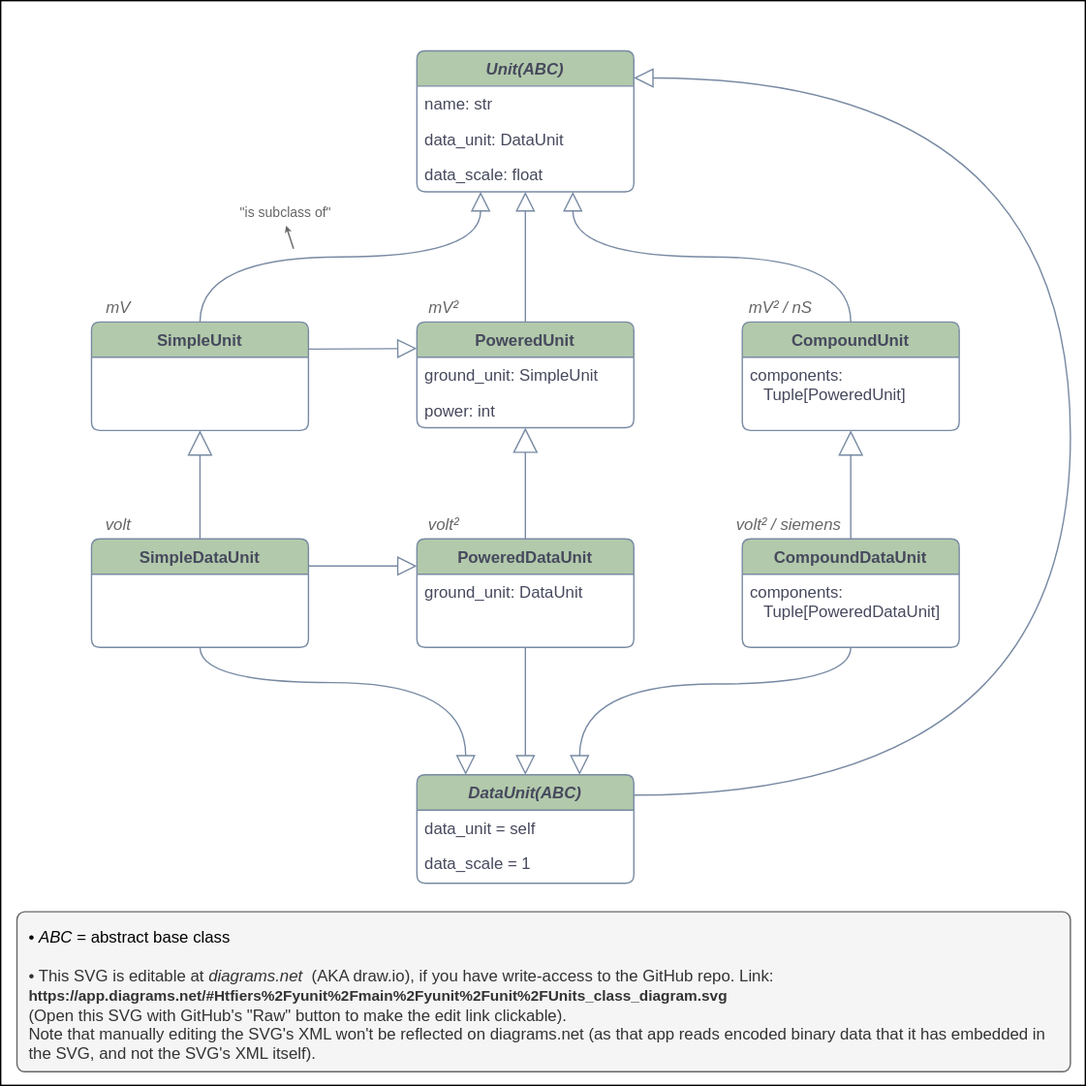
tfiers/unitlib keeps this draw.io diagram as yunit/unit/Units_class_diagram.svg. Above is the earlier version. Source tidied: cells renumbered, new cells last; positions are measured from the earlier drawing's top-left corner, leaving out a move shared by most shapes.
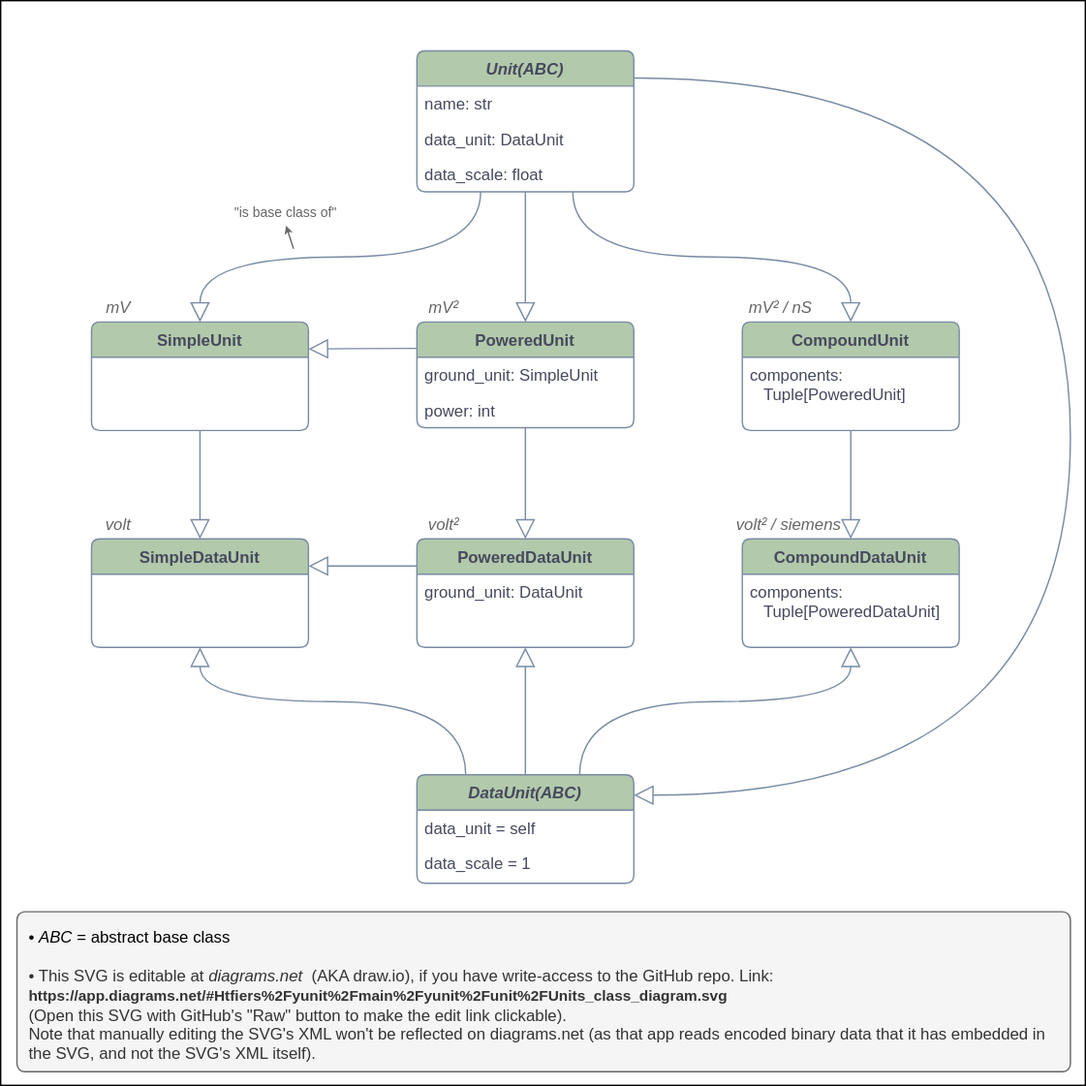
Later version of the same file.

Commit message:
📚DOC class diagram: parent → child

What changed in the source:
```diff
@@ -5,58 +5,58 @@
     <mxCell id="2" style="rounded=0;whiteSpace=wrap;html=1;fontSize=12;align=left;" parent="1" vertex="1">
       <mxGeometry width="800" height="800" as="geometry" />
     </mxCell>
-    <mxCell id="3" style="endArrow=block;endSize=16;endFill=0;html=1;strokeColor=#788AA3;fontColor=#46495D;curved=1;" parent="1" edge="1" source="30" target="20">
+    <mxCell id="3" style="endArrow=block;endSize=12;endFill=0;html=1;strokeColor=#788AA3;fontColor=#46495D;curved=1;" parent="1" edge="1" source="20" target="30">
       <mxGeometry relative="1" as="geometry" />
     </mxCell>
-    <mxCell id="4" style="endArrow=block;endFill=0;endSize=12;html=1;strokeColor=#788AA3;fontColor=#46495D;edgeStyle=orthogonalEdgeStyle;curved=1;exitX=0.5;exitY=0;exitDx=0;exitDy=0;" parent="1" edge="1" source="20" target="21">
+    <mxCell id="4" style="endArrow=block;endFill=0;endSize=12;html=1;strokeColor=#788AA3;fontColor=#46495D;edgeStyle=orthogonalEdgeStyle;curved=1;entryX=0.5;entryY=0;entryDx=0;entryDy=0;" parent="1" edge="1" source="21" target="20">
       <mxGeometry relative="1" as="geometry">
         <Array as="points">
+          <mxPoint x="354" y="189" />
           <mxPoint x="147" y="189" />
-          <mxPoint x="354" y="189" />
         </Array>
       </mxGeometry>
     </mxCell>
-    <mxCell id="5" style="endArrow=block;endFill=0;endSize=12;html=1;strokeColor=#788AA3;fontColor=#46495D;exitX=0.5;exitY=0;exitDx=0;exitDy=0;edgeStyle=orthogonalEdgeStyle;curved=1;" parent="1" edge="1" source="25" target="21">
+    <mxCell id="5" style="endArrow=block;endFill=0;endSize=12;html=1;strokeColor=#788AA3;fontColor=#46495D;edgeStyle=orthogonalEdgeStyle;curved=1;entryX=0.5;entryY=0;entryDx=0;entryDy=0;" parent="1" edge="1" source="21" target="25">
       <mxGeometry relative="1" as="geometry" />
     </mxCell>
-    <mxCell id="6" style="endArrow=block;endFill=0;endSize=12;html=1;strokeColor=#788AA3;fontColor=#46495D;edgeStyle=orthogonalEdgeStyle;curved=1;exitX=0.5;exitY=0;exitDx=0;exitDy=0;" parent="1" edge="1" source="33" target="21">
+    <mxCell id="6" style="endArrow=block;endFill=0;endSize=12;html=1;strokeColor=#788AA3;fontColor=#46495D;edgeStyle=orthogonalEdgeStyle;curved=1;entryX=0.5;entryY=0;entryDx=0;entryDy=0;" parent="1" edge="1" source="21" target="33">
       <mxGeometry relative="1" as="geometry">
         <Array as="points">
+          <mxPoint x="422" y="189" />
           <mxPoint x="627" y="189" />
-          <mxPoint x="422" y="189" />
         </Array>
       </mxGeometry>
     </mxCell>
-    <mxCell id="7" style="endArrow=block;endSize=16;endFill=0;html=1;strokeColor=#788AA3;fontColor=#46495D;curved=1;" parent="1" edge="1" source="28" target="25">
+    <mxCell id="7" style="endArrow=block;endSize=12;endFill=0;html=1;strokeColor=#788AA3;fontColor=#46495D;curved=1;" parent="1" edge="1" source="25" target="28">
       <mxGeometry relative="1" as="geometry" />
     </mxCell>
-    <mxCell id="8" style="endArrow=block;endSize=16;endFill=0;html=1;strokeColor=#788AA3;fontColor=#46495D;curved=1;" parent="1" edge="1" source="31" target="33">
+    <mxCell id="8" style="endArrow=block;endSize=12;endFill=0;html=1;strokeColor=#788AA3;fontColor=#46495D;curved=1;" parent="1" edge="1" source="33" target="31">
       <mxGeometry relative="1" as="geometry" />
     </mxCell>
-    <mxCell id="9" style="endArrow=block;endFill=0;endSize=12;html=1;strokeColor=#788AA3;fontColor=#46495D;edgeStyle=orthogonalEdgeStyle;curved=1;" parent="1" edge="1" source="35" target="21">
+    <mxCell id="9" style="endArrow=block;endFill=0;endSize=12;html=1;strokeColor=#788AA3;fontColor=#46495D;edgeStyle=orthogonalEdgeStyle;curved=1;" parent="1" edge="1" source="21" target="35">
       <mxGeometry relative="1" as="geometry">
         <Array as="points">
+          <mxPoint x="789" y="57" />
           <mxPoint x="789" y="586" />
-          <mxPoint x="789" y="57" />
         </Array>
       </mxGeometry>
     </mxCell>
-    <mxCell id="10" style="endArrow=block;endFill=0;endSize=12;html=1;strokeColor=#788AA3;fontColor=#46495D;edgeStyle=orthogonalEdgeStyle;curved=1;" parent="1" edge="1" source="30" target="35">
+    <mxCell id="10" style="endArrow=block;endFill=0;endSize=12;html=1;strokeColor=#788AA3;fontColor=#46495D;edgeStyle=orthogonalEdgeStyle;curved=1;" parent="1" edge="1" source="35" target="30">
       <mxGeometry relative="1" as="geometry">
         <Array as="points">
-          <mxPoint x="147" y="503" />
-          <mxPoint x="343" y="503" />
+          <mxPoint x="343" y="517" />
+          <mxPoint x="147" y="517" />
         </Array>
       </mxGeometry>
     </mxCell>
-    <mxCell id="11" style="endArrow=block;endFill=0;endSize=12;html=1;strokeColor=#788AA3;fontColor=#46495D;edgeStyle=orthogonalEdgeStyle;curved=1;" parent="1" edge="1" source="28" target="35">
+    <mxCell id="11" style="endArrow=block;endFill=0;endSize=12;html=1;strokeColor=#788AA3;fontColor=#46495D;edgeStyle=orthogonalEdgeStyle;curved=1;" parent="1" edge="1" source="35" target="28">
       <mxGeometry relative="1" as="geometry" />
     </mxCell>
-    <mxCell id="12" style="endArrow=block;endFill=0;endSize=12;html=1;strokeColor=#788AA3;fontColor=#46495D;edgeStyle=orthogonalEdgeStyle;curved=1;" parent="1" edge="1" source="31" target="35">
+    <mxCell id="12" style="endArrow=block;endFill=0;endSize=12;html=1;strokeColor=#788AA3;fontColor=#46495D;edgeStyle=orthogonalEdgeStyle;curved=1;" parent="1" edge="1" source="35" target="31">
       <mxGeometry relative="1" as="geometry">
         <Array as="points">
-          <mxPoint x="627" y="504" />
-          <mxPoint x="427" y="504" />
+          <mxPoint x="427" y="517" />
+          <mxPoint x="627" y="517" />
         </Array>
       </mxGeometry>
     </mxCell>
@@ -135,15 +135,15 @@
     <mxCell id="37" value="data_scale = 1" style="text;strokeColor=none;fillColor=none;align=left;verticalAlign=top;spacingLeft=4;spacingRight=4;overflow=hidden;fontColor=#46495D;rounded=1;" parent="35" vertex="1">
       <mxGeometry y="52" width="160" height="26" as="geometry" />
     </mxCell>
-    <mxCell id="38" value="&quot;is subclass of&quot;" style="text;html=1;strokeColor=none;fillColor=none;align=center;verticalAlign=middle;whiteSpace=wrap;rounded=0;fontColor=#666666;fontSize=10;" parent="1" vertex="1">
+    <mxCell id="38" value="&quot;is base class of&quot;" style="text;html=1;strokeColor=none;fillColor=none;align=center;verticalAlign=middle;whiteSpace=wrap;rounded=0;fontColor=#666666;fontSize=10;" parent="1" vertex="1">
       <mxGeometry x="169" y="146" width="83" height="20" as="geometry" />
     </mxCell>
-    <mxCell id="39" style="endArrow=classic;html=1;labelBackgroundColor=#F5F5F5;fontSize=10;entryX=0.5;entryY=1;entryDx=0;entryDy=0;fontColor=#666666;endFill=1;exitX=0.5;exitY=1;exitDx=0;exitDy=0;strokeColor=#666666;endSize=2;" parent="1" edge="1" target="38">
+    <mxCell id="39" style="endArrow=classic;html=1;labelBackgroundColor=#F5F5F5;fontSize=10;entryX=0.5;entryY=1;entryDx=0;entryDy=0;fontColor=#666666;endFill=1;exitX=0.5;exitY=1;exitDx=0;exitDy=0;strokeColor=#666666;endSize=3;" parent="1" edge="1" target="38">
       <mxGeometry relative="1" as="geometry">
         <mxPoint x="216" y="183" as="sourcePoint" />
       </mxGeometry>
     </mxCell>
-    <mxCell id="40" style="endArrow=block;endFill=0;endSize=12;html=1;strokeColor=#788AA3;fontColor=#46495D;edgeStyle=orthogonalEdgeStyle;curved=1;exitX=1;exitY=0.25;exitDx=0;exitDy=0;entryX=0;entryY=0.25;entryDx=0;entryDy=0;" parent="1" edge="1" source="20" target="25">
+    <mxCell id="40" style="endArrow=block;endFill=0;endSize=12;html=1;strokeColor=#788AA3;fontColor=#46495D;edgeStyle=orthogonalEdgeStyle;curved=1;exitX=0;exitY=0.25;exitDx=0;exitDy=0;entryX=1;entryY=0.25;entryDx=0;entryDy=0;" parent="1" edge="1" source="25" target="20">
       <mxGeometry relative="1" as="geometry">
         <Array as="points">
           <mxPoint x="261" y="257" />
@@ -151,7 +151,7 @@
         </Array>
       </mxGeometry>
     </mxCell>
-    <mxCell id="41" style="endArrow=block;endFill=0;endSize=12;html=1;strokeColor=#788AA3;fontColor=#46495D;edgeStyle=orthogonalEdgeStyle;curved=1;exitX=1;exitY=0.25;exitDx=0;exitDy=0;entryX=0;entryY=0.25;entryDx=0;entryDy=0;" parent="1" edge="1" source="30" target="28">
+    <mxCell id="41" style="endArrow=block;endFill=0;endSize=12;html=1;strokeColor=#788AA3;fontColor=#46495D;edgeStyle=orthogonalEdgeStyle;curved=1;exitX=0;exitY=0.25;exitDx=0;exitDy=0;entryX=1;entryY=0.25;entryDx=0;entryDy=0;" parent="1" edge="1" source="28" target="30">
       <mxGeometry relative="1" as="geometry">
         <Array as="points">
           <mxPoint x="252" y="417" />
```
